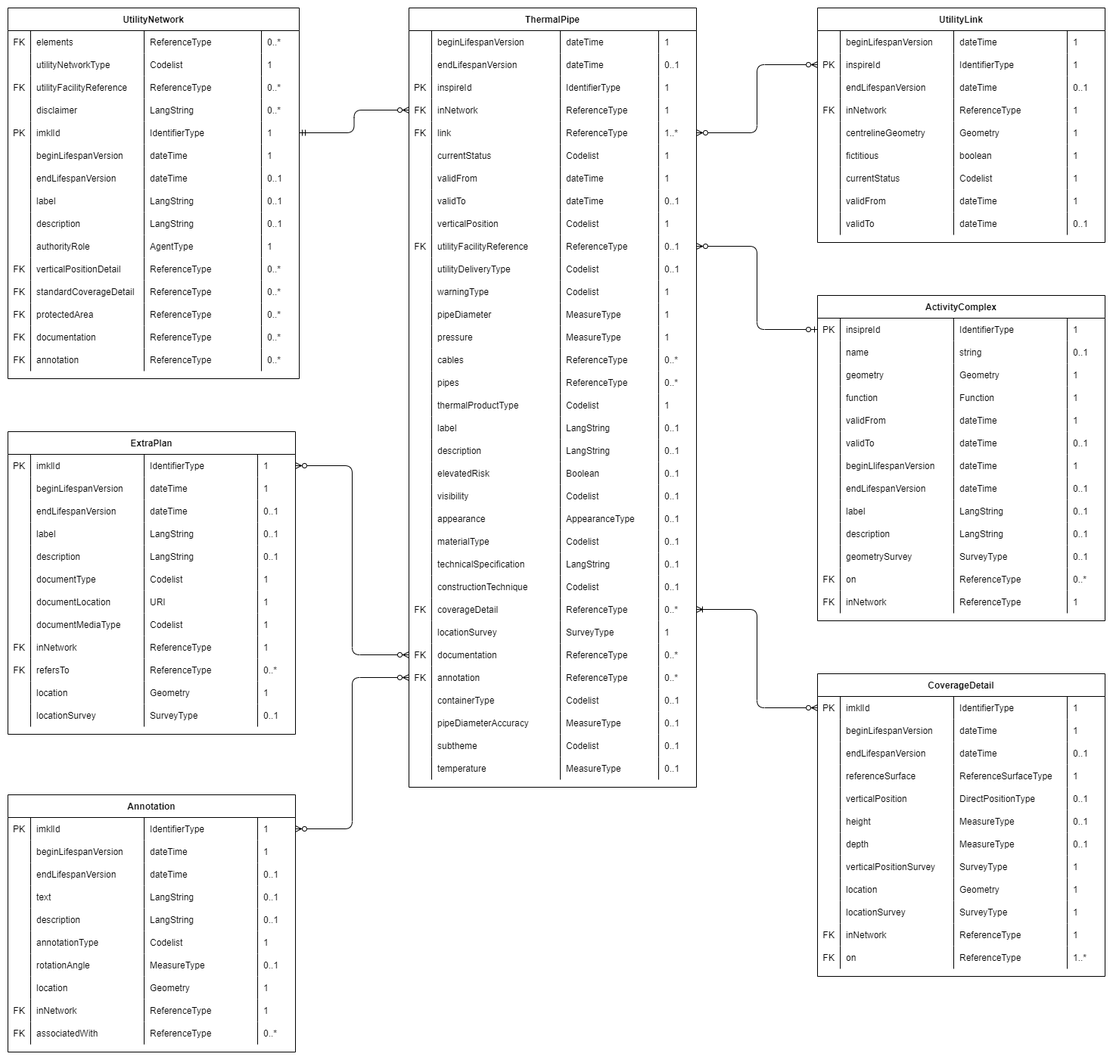
Before: implementation/Documentation/ERD/IMKL3 ThermalPipe.png, a diagram exported from draw.io (belgif/ICEGthema-imkl). Source tidied: cells renumbered, new cells last; positions are measured from the earlier drawing's top-left corner, leaving out a move shared by most shapes.
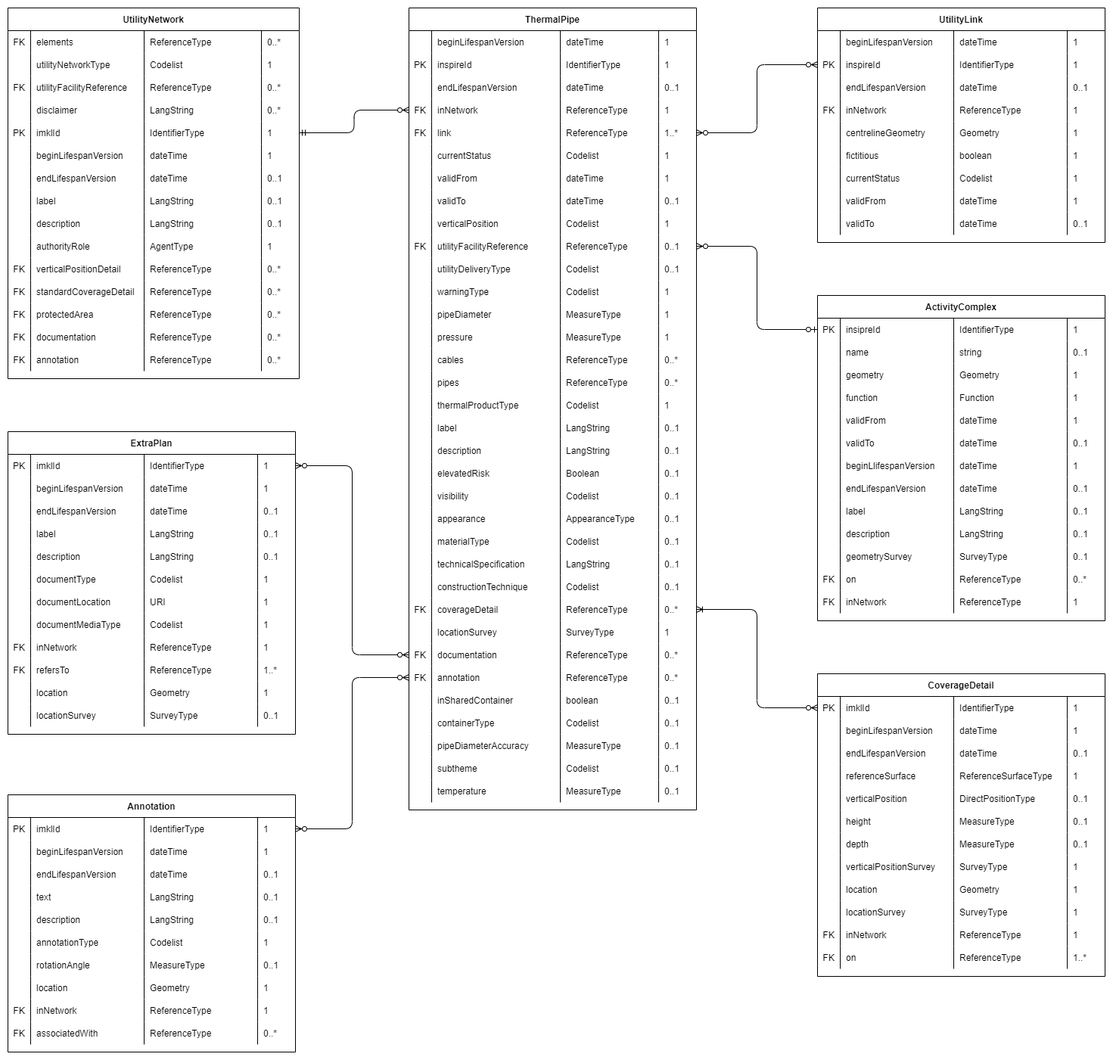
Above is the later version.

What changed in the source:
```diff
@@ -3,7 +3,7 @@
     <mxCell id="0" />
     <mxCell id="1" parent="0" />
     <mxCell id="2" value="ThermalPipe" style="shape=table;startSize=30;rowLines=0;fontStyle=1;align=center;" parent="1" vertex="1">
-      <mxGeometry x="530" width="380" height="1030" as="geometry" />
+      <mxGeometry x="530" width="380" height="1060" as="geometry" />
     </mxCell>
     <mxCell id="3" style="shape=tableRow;horizontal=0;startSize=0;swimlaneHead=0;swimlaneBody=0;fillColor=none;top=0;left=0;right=0;bottom=0;" parent="2" vertex="1">
       <mxGeometry y="30" width="380" height="30" as="geometry" />
@@ -20,8 +20,23 @@
     <mxCell id="7" value="1" style="shape=partialRectangle;fillColor=none;top=0;left=0;bottom=0;right=0;align=left;spacingLeft=6;overflow=hidden;" parent="3" vertex="1">
       <mxGeometry x="330" width="50" height="30" as="geometry" />
     </mxCell>
+    <mxCell id="535" style="shape=tableRow;horizontal=0;startSize=0;swimlaneHead=0;swimlaneBody=0;fillColor=none;top=0;left=0;right=0;bottom=0;" parent="2" vertex="1">
+      <mxGeometry y="60" width="380" height="30" as="geometry" />
+    </mxCell>
+    <mxCell id="14" value="PK" style="shape=partialRectangle;fillColor=none;top=0;left=0;bottom=0;right=0;overflow=hidden;" parent="535" vertex="1">
+      <mxGeometry width="30" height="30" as="geometry" />
+    </mxCell>
+    <mxCell id="15" value="inspireId" style="shape=partialRectangle;fillColor=none;top=0;left=0;bottom=0;right=0;align=left;spacingLeft=6;overflow=hidden;" parent="535" vertex="1">
+      <mxGeometry x="30" width="170" height="30" as="geometry" />
+    </mxCell>
+    <mxCell id="16" value="IdentifierType" style="shape=partialRectangle;fillColor=none;top=0;left=0;bottom=0;right=0;align=left;spacingLeft=6;overflow=hidden;" parent="535" vertex="1">
+      <mxGeometry x="200" width="130" height="30" as="geometry" />
+    </mxCell>
+    <mxCell id="17" value="1" style="shape=partialRectangle;fillColor=none;top=0;left=0;bottom=0;right=0;align=left;spacingLeft=6;overflow=hidden;" parent="535" vertex="1">
+      <mxGeometry x="330" width="50" height="30" as="geometry" />
+    </mxCell>
     <mxCell id="8" style="shape=tableRow;horizontal=0;startSize=0;swimlaneHead=0;swimlaneBody=0;fillColor=none;top=0;left=0;right=0;bottom=0;" parent="2" vertex="1">
-      <mxGeometry y="60" width="380" height="30" as="geometry" />
+      <mxGeometry y="90" width="380" height="30" as="geometry" />
     </mxCell>
     <mxCell id="9" style="shape=partialRectangle;fillColor=none;top=0;left=0;bottom=0;right=0;overflow=hidden;" parent="8" vertex="1">
       <mxGeometry width="30" height="30" as="geometry" />
@@ -35,21 +50,6 @@
     <mxCell id="12" value="0..1" style="shape=partialRectangle;fillColor=none;top=0;left=0;bottom=0;right=0;align=left;spacingLeft=6;overflow=hidden;" parent="8" vertex="1">
       <mxGeometry x="330" width="50" height="30" as="geometry" />
     </mxCell>
-    <mxCell id="13" style="shape=tableRow;horizontal=0;startSize=0;swimlaneHead=0;swimlaneBody=0;fillColor=none;top=0;left=0;right=0;bottom=0;" parent="2" vertex="1">
-      <mxGeometry y="90" width="380" height="30" as="geometry" />
-    </mxCell>
-    <mxCell id="14" value="PK" style="shape=partialRectangle;fillColor=none;top=0;left=0;bottom=0;right=0;overflow=hidden;" parent="13" vertex="1">
-      <mxGeometry width="30" height="30" as="geometry" />
-    </mxCell>
-    <mxCell id="15" value="inspireId" style="shape=partialRectangle;fillColor=none;top=0;left=0;bottom=0;right=0;align=left;spacingLeft=6;overflow=hidden;" parent="13" vertex="1">
-      <mxGeometry x="30" width="170" height="30" as="geometry" />
-    </mxCell>
-    <mxCell id="16" value="IdentifierType" style="shape=partialRectangle;fillColor=none;top=0;left=0;bottom=0;right=0;align=left;spacingLeft=6;overflow=hidden;" parent="13" vertex="1">
-      <mxGeometry x="200" width="130" height="30" as="geometry" />
-    </mxCell>
-    <mxCell id="17" value="1" style="shape=partialRectangle;fillColor=none;top=0;left=0;bottom=0;right=0;align=left;spacingLeft=6;overflow=hidden;" parent="13" vertex="1">
-      <mxGeometry x="330" width="50" height="30" as="geometry" />
-    </mxCell>
     <mxCell id="18" style="shape=tableRow;horizontal=0;startSize=0;swimlaneHead=0;swimlaneBody=0;fillColor=none;points=[[0,0.5],[1,0.5]];portConstraint=eastwest;top=0;left=0;right=0;bottom=0;" parent="2" vertex="1">
       <mxGeometry y="120" width="380" height="30" as="geometry" />
     </mxCell>
@@ -440,8 +440,23 @@
     <mxCell id="147" value="0..*" style="shape=partialRectangle;fillColor=none;top=0;left=0;bottom=0;right=0;align=left;spacingLeft=6;overflow=hidden;" parent="143" vertex="1">
       <mxGeometry x="330" width="50" height="30" as="geometry" />
     </mxCell>
+    <mxCell id="536" style="shape=tableRow;horizontal=0;startSize=0;swimlaneHead=0;swimlaneBody=0;fillColor=none;top=0;left=0;right=0;bottom=0;" parent="2" vertex="1">
+      <mxGeometry y="900" width="380" height="30" as="geometry" />
+    </mxCell>
+    <mxCell id="537" style="shape=partialRectangle;fillColor=none;top=0;left=0;bottom=0;right=0;overflow=hidden;" parent="536" vertex="1">
+      <mxGeometry width="30" height="30" as="geometry" />
+    </mxCell>
+    <mxCell id="538" value="inSharedContainer" style="shape=partialRectangle;fillColor=none;top=0;left=0;bottom=0;right=0;align=left;spacingLeft=6;overflow=hidden;" parent="536" vertex="1">
+      <mxGeometry x="30" width="170" height="30" as="geometry" />
+    </mxCell>
+    <mxCell id="539" value="boolean" style="shape=partialRectangle;fillColor=none;top=0;left=0;bottom=0;right=0;align=left;spacingLeft=6;overflow=hidden;" parent="536" vertex="1">
+      <mxGeometry x="200" width="130" height="30" as="geometry" />
+    </mxCell>
+    <mxCell id="540" value="0..1" style="shape=partialRectangle;fillColor=none;top=0;left=0;bottom=0;right=0;align=left;spacingLeft=6;overflow=hidden;" parent="536" vertex="1">
+      <mxGeometry x="330" width="50" height="30" as="geometry" />
+    </mxCell>
     <mxCell id="148" style="shape=tableRow;horizontal=0;startSize=0;swimlaneHead=0;swimlaneBody=0;fillColor=none;top=0;left=0;right=0;bottom=0;" parent="2" vertex="1">
-      <mxGeometry y="900" width="380" height="30" as="geometry" />
+      <mxGeometry y="930" width="380" height="30" as="geometry" />
     </mxCell>
     <mxCell id="149" style="shape=partialRectangle;fillColor=none;top=0;left=0;bottom=0;right=0;overflow=hidden;" parent="148" vertex="1">
       <mxGeometry width="30" height="30" as="geometry" />
@@ -456,7 +471,7 @@
       <mxGeometry x="330" width="50" height="30" as="geometry" />
     </mxCell>
     <mxCell id="153" style="shape=tableRow;horizontal=0;startSize=0;swimlaneHead=0;swimlaneBody=0;fillColor=none;top=0;left=0;right=0;bottom=0;" parent="2" vertex="1">
-      <mxGeometry y="930" width="380" height="30" as="geometry" />
+      <mxGeometry y="960" width="380" height="30" as="geometry" />
     </mxCell>
     <mxCell id="154" style="shape=partialRectangle;fillColor=none;top=0;left=0;bottom=0;right=0;overflow=hidden;" parent="153" vertex="1">
       <mxGeometry width="30" height="30" as="geometry" />
@@ -471,7 +486,7 @@
       <mxGeometry x="330" width="50" height="30" as="geometry" />
     </mxCell>
     <mxCell id="158" style="shape=tableRow;horizontal=0;startSize=0;swimlaneHead=0;swimlaneBody=0;fillColor=none;top=0;left=0;right=0;bottom=0;" parent="2" vertex="1">
-      <mxGeometry y="960" width="380" height="30" as="geometry" />
+      <mxGeometry y="990" width="380" height="30" as="geometry" />
     </mxCell>
     <mxCell id="159" style="shape=partialRectangle;fillColor=none;top=0;left=0;bottom=0;right=0;overflow=hidden;" parent="158" vertex="1">
       <mxGeometry width="30" height="30" as="geometry" />
@@ -486,7 +501,7 @@
       <mxGeometry x="330" width="50" height="30" as="geometry" />
     </mxCell>
     <mxCell id="163" style="shape=tableRow;horizontal=0;startSize=0;swimlaneHead=0;swimlaneBody=0;fillColor=none;top=0;left=0;right=0;bottom=0;" parent="2" vertex="1">
-      <mxGeometry y="990" width="380" height="30" as="geometry" />
+      <mxGeometry y="1020" width="380" height="30" as="geometry" />
     </mxCell>
     <mxCell id="164" style="shape=partialRectangle;fillColor=none;top=0;left=0;bottom=0;right=0;overflow=hidden;" parent="163" vertex="1">
       <mxGeometry width="30" height="30" as="geometry" />
@@ -1397,7 +1412,7 @@
     <mxCell id="466" value="ReferenceType" style="shape=partialRectangle;fillColor=none;top=0;left=0;bottom=0;right=0;align=left;spacingLeft=6;overflow=hidden;" parent="463" vertex="1">
       <mxGeometry x="180" width="150" height="30" as="geometry" />
     </mxCell>
-    <mxCell id="467" value="0..*" style="shape=partialRectangle;fillColor=none;top=0;left=0;bottom=0;right=0;align=left;spacingLeft=6;overflow=hidden;" parent="463" vertex="1">
+    <mxCell id="467" value="1..*" style="shape=partialRectangle;fillColor=none;top=0;left=0;bottom=0;right=0;align=left;spacingLeft=6;overflow=hidden;" parent="463" vertex="1">
       <mxGeometry x="330" width="50" height="30" as="geometry" />
     </mxCell>
     <mxCell id="468" style="shape=tableRow;horizontal=0;startSize=0;swimlaneHead=0;swimlaneBody=0;fillColor=none;top=0;left=0;right=0;bottom=0;" parent="417" vertex="1">
```
